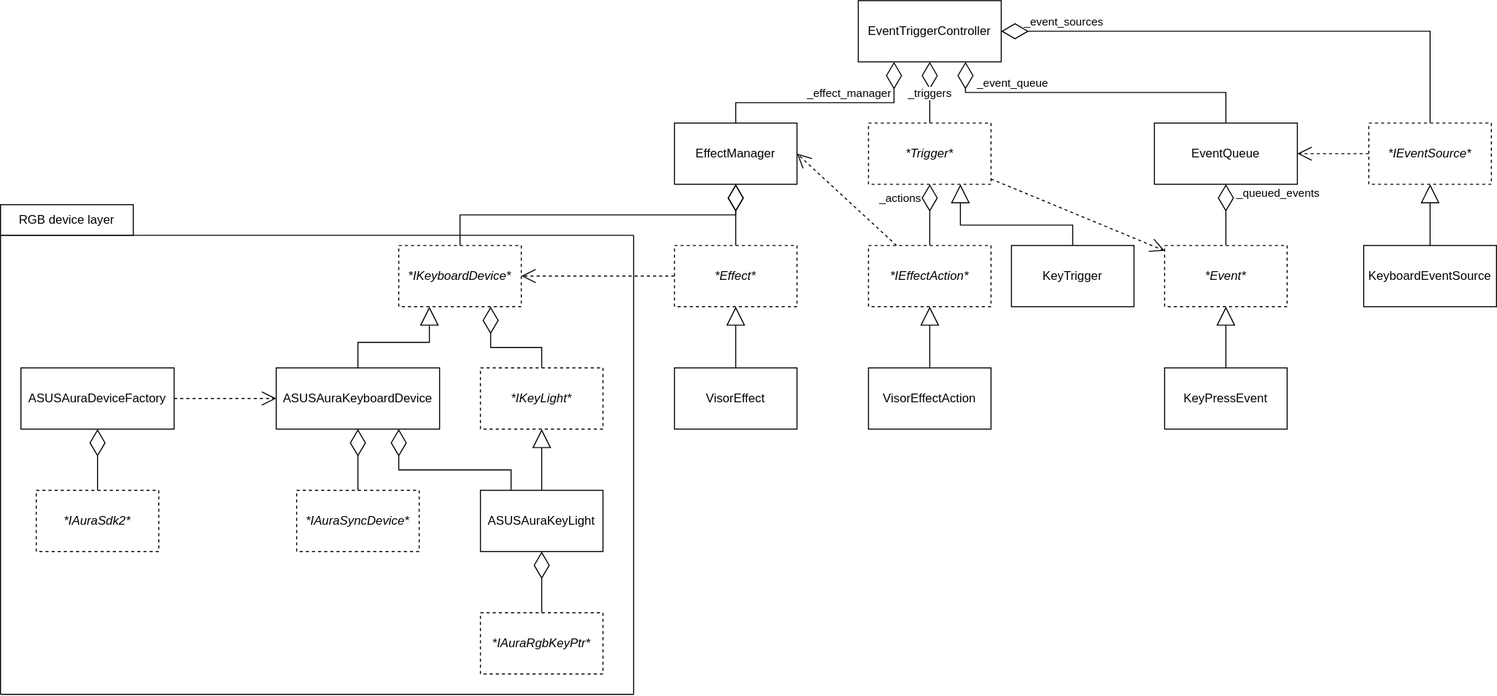
Above: resources/Architecture.svg in JE-FH/RGBStudio (draw.io), before the change. Source tidied: cells renumbered, new cells last; positions are measured from the earlier drawing's top-left corner, leaving out a move shared by most shapes.
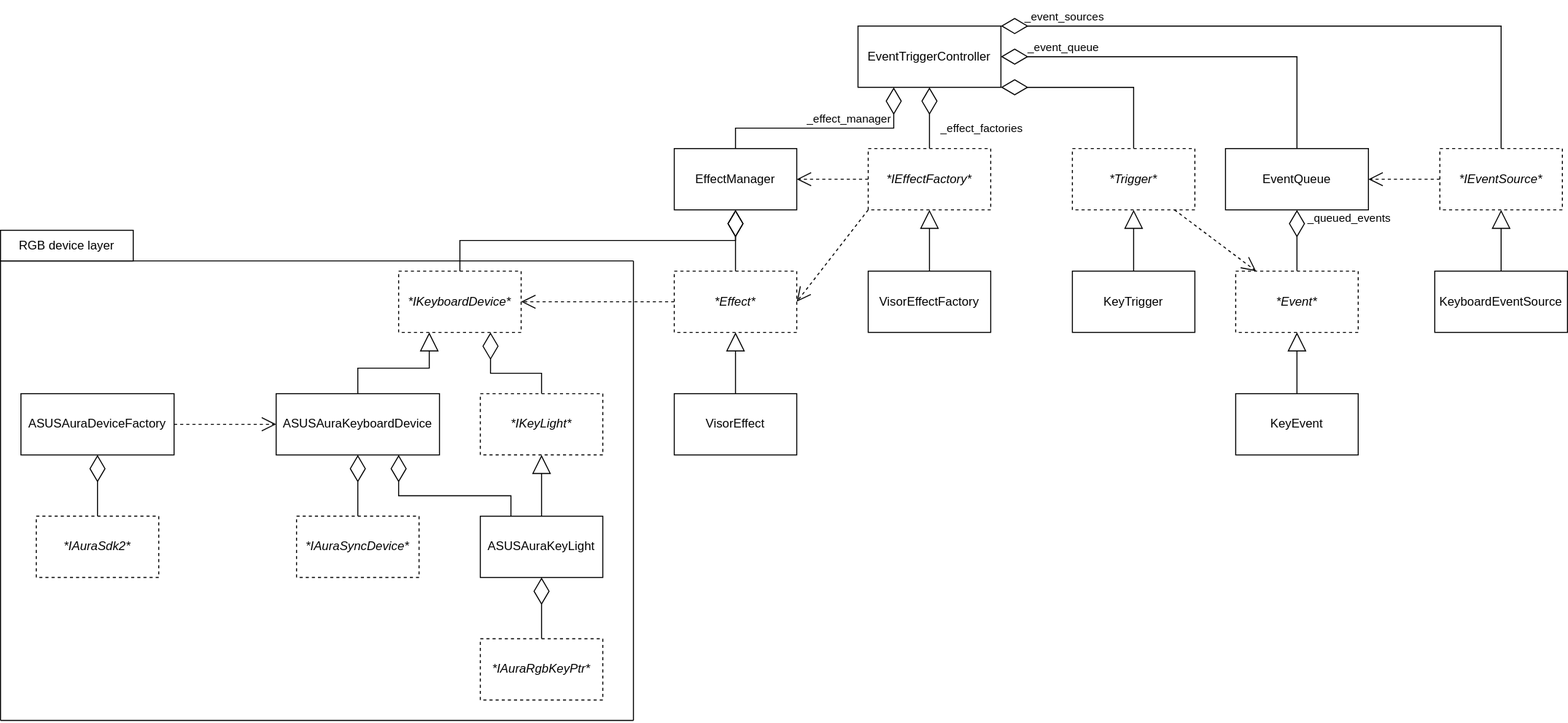
Above is the later version.

Diff of the diagram source:
```diff
@@ -94,12 +94,16 @@
         <mxPoint x="-2" y="-8" as="offset" />
       </mxGeometry>
     </mxCell>
-    <mxCell id="27" style="edgeStyle=orthogonalEdgeStyle;rounded=0;html=1;exitX=1;exitY=0.5;exitDx=0;exitDy=0;entryX=0.5;entryY=0;entryDx=0;entryDy=0;startArrow=diamondThin;startFill=0;endArrow=none;endFill=0;startSize=24;endSize=24;" parent="1" edge="1" source="35" target="37">
-      <mxGeometry relative="1" as="geometry" />
+    <mxCell id="27" style="edgeStyle=orthogonalEdgeStyle;rounded=0;html=1;exitX=1;exitY=0;exitDx=0;exitDy=0;entryX=0.5;entryY=0;entryDx=0;entryDy=0;startArrow=diamondThin;startFill=0;endArrow=none;endFill=0;startSize=24;endSize=24;" parent="1" edge="1" source="35" target="37">
+      <mxGeometry relative="1" as="geometry">
+        <Array as="points">
+          <mxPoint x="1470" />
+        </Array>
+      </mxGeometry>
     </mxCell>
     <mxCell id="28" value="_event_sources" style="edgeLabel;html=1;align=center;verticalAlign=middle;" parent="27" vertex="1">
       <mxGeometry x="-0.78" relative="1" as="geometry">
-        <mxPoint x="4" y="-10" as="offset" />
+        <mxPoint x="-6" y="-10" as="offset" />
       </mxGeometry>
     </mxCell>
     <mxCell id="29" style="edgeStyle=orthogonalEdgeStyle;html=1;entryX=0.5;entryY=0;entryDx=0;entryDy=0;endArrow=none;endFill=0;startArrow=diamondThin;startFill=0;startSize=24;rounded=0;exitX=0.5;exitY=1;exitDx=0;exitDy=0;" parent="1" edge="1" source="44" target="43">
@@ -110,22 +114,34 @@
         <mxPoint x="51" y="-6" as="offset" />
       </mxGeometry>
     </mxCell>
-    <mxCell id="31" style="edgeStyle=orthogonalEdgeStyle;rounded=0;html=1;exitX=0.75;exitY=1;exitDx=0;exitDy=0;entryX=0.5;entryY=0;entryDx=0;entryDy=0;startArrow=diamondThin;startFill=0;endArrow=none;endFill=0;startSize=24;endSize=12;" parent="1" edge="1" source="35" target="44">
+    <mxCell id="31" style="edgeStyle=orthogonalEdgeStyle;rounded=0;html=1;exitX=1;exitY=0.5;exitDx=0;exitDy=0;entryX=0.5;entryY=0;entryDx=0;entryDy=0;startArrow=diamondThin;startFill=0;endArrow=none;endFill=0;startSize=24;endSize=12;" parent="1" edge="1" source="35" target="44">
       <mxGeometry relative="1" as="geometry" />
     </mxCell>
     <mxCell id="32" value="_event_queue" style="edgeLabel;html=1;align=center;verticalAlign=middle;" parent="31" vertex="1">
       <mxGeometry x="-0.4" y="1" relative="1" as="geometry">
-        <mxPoint x="-19" y="-9" as="offset" />
+        <mxPoint x="-53" y="-9" as="offset" />
       </mxGeometry>
     </mxCell>
-    <mxCell id="33" style="edgeStyle=orthogonalEdgeStyle;rounded=0;html=1;entryX=0.5;entryY=0;entryDx=0;entryDy=0;startArrow=diamondThin;startFill=0;endArrow=none;endFill=0;startSize=24;endSize=12;" parent="1" edge="1" source="35" target="42">
-      <mxGeometry relative="1" as="geometry" />
+    <mxCell id="33" style="edgeStyle=orthogonalEdgeStyle;rounded=0;html=1;entryX=0.5;entryY=0;entryDx=0;entryDy=0;startArrow=diamondThin;startFill=0;endArrow=none;endFill=0;startSize=24;endSize=12;exitX=1;exitY=1;exitDx=0;exitDy=0;" parent="1" edge="1" source="35" target="42">
+      <mxGeometry relative="1" as="geometry">
+        <Array as="points">
+          <mxPoint x="1110" y="60" />
+        </Array>
+      </mxGeometry>
     </mxCell>
     <mxCell id="34" value="_triggers" style="edgeLabel;html=1;align=center;verticalAlign=middle;" parent="33" vertex="1">
       <mxGeometry x="0.68" y="-1" relative="1" as="geometry">
-        <mxPoint y="-20" as="offset" />
+        <mxPoint x="-165" y="-69" as="offset" />
       </mxGeometry>
     </mxCell>
+    <mxCell id="59" style="edgeStyle=none;html=1;entryX=0.5;entryY=0;entryDx=0;entryDy=0;endArrow=none;endFill=0;startSize=24;endSize=16;startArrow=diamondThin;startFill=0;" parent="1" edge="1" source="35" target="56">
+      <mxGeometry relative="1" as="geometry" />
+    </mxCell>
+    <mxCell id="60" value="_effect_factories" style="edgeLabel;html=1;align=center;verticalAlign=middle;" parent="59" vertex="1">
+      <mxGeometry x="0.47" relative="1" as="geometry">
+        <mxPoint x="50" y="-4" as="offset" />
+      </mxGeometry>
+    </mxCell>
     <mxCell id="35" value="EventTriggerController" style="rounded=0;whiteSpace=wrap;html=1;" parent="1" vertex="1">
       <mxGeometry x="840" width="140" height="60" as="geometry" />
     </mxCell>
@@ -133,47 +149,34 @@
       <mxGeometry relative="1" as="geometry" />
     </mxCell>
     <mxCell id="37" value="*IEventSource*" style="rounded=0;whiteSpace=wrap;html=1;fontStyle=2;dashed=1;" parent="1" vertex="1">
-      <mxGeometry x="1340" y="120" width="120" height="60" as="geometry" />
+      <mxGeometry x="1410" y="120" width="120" height="60" as="geometry" />
     </mxCell>
     <mxCell id="38" style="edgeStyle=none;rounded=0;html=1;dashed=1;startArrow=none;startFill=0;endArrow=open;endFill=0;startSize=24;endSize=12;" parent="1" edge="1" source="42" target="43">
       <mxGeometry relative="1" as="geometry" />
     </mxCell>
-    <mxCell id="39" style="edgeStyle=orthogonalEdgeStyle;rounded=0;html=1;entryX=0.5;entryY=0;entryDx=0;entryDy=0;startArrow=diamondThin;startFill=0;endArrow=none;endFill=0;startSize=24;endSize=12;" parent="1" edge="1" source="42" target="56">
-      <mxGeometry relative="1" as="geometry" />
-    </mxCell>
-    <mxCell id="40" value="_actions" style="edgeLabel;html=1;align=center;verticalAlign=middle;" parent="39" vertex="1">
-      <mxGeometry x="-0.42" y="7" relative="1" as="geometry">
-        <mxPoint x="-37" y="-4" as="offset" />
-      </mxGeometry>
-    </mxCell>
-    <mxCell id="41" style="edgeStyle=orthogonalEdgeStyle;rounded=0;html=1;exitX=0.75;exitY=1;exitDx=0;exitDy=0;entryX=0.5;entryY=0;entryDx=0;entryDy=0;startArrow=block;startFill=0;endArrow=none;endFill=0;startSize=16;endSize=12;" parent="1" edge="1" source="42" target="58">
-      <mxGeometry relative="1" as="geometry">
-        <Array as="points">
-          <mxPoint x="940" y="220" />
-          <mxPoint x="1050" y="220" />
-        </Array>
-      </mxGeometry>
+    <mxCell id="41" style="edgeStyle=orthogonalEdgeStyle;rounded=0;html=1;exitX=0.5;exitY=1;exitDx=0;exitDy=0;entryX=0.5;entryY=0;entryDx=0;entryDy=0;startArrow=block;startFill=0;endArrow=none;endFill=0;startSize=16;endSize=12;" parent="1" edge="1" source="42" target="58">
+      <mxGeometry relative="1" as="geometry" />
     </mxCell>
     <mxCell id="42" value="*Trigger*" style="rounded=0;whiteSpace=wrap;html=1;dashed=1;fontStyle=2;" parent="1" vertex="1">
-      <mxGeometry x="850" y="120" width="120" height="60" as="geometry" />
+      <mxGeometry x="1050" y="120" width="120" height="60" as="geometry" />
     </mxCell>
     <mxCell id="43" value="*Event*" style="rounded=0;whiteSpace=wrap;html=1;fontStyle=2;dashed=1;" parent="1" vertex="1">
-      <mxGeometry x="1140" y="240" width="120" height="60" as="geometry" />
+      <mxGeometry x="1210" y="240" width="120" height="60" as="geometry" />
     </mxCell>
     <mxCell id="44" value="EventQueue" style="rounded=0;whiteSpace=wrap;html=1;" parent="1" vertex="1">
-      <mxGeometry x="1130" y="120" width="140" height="60" as="geometry" />
+      <mxGeometry x="1200" y="120" width="140" height="60" as="geometry" />
     </mxCell>
     <mxCell id="45" style="edgeStyle=none;rounded=0;html=1;entryX=0.5;entryY=1;entryDx=0;entryDy=0;startArrow=none;startFill=0;endArrow=block;endFill=0;startSize=24;endSize=16;" parent="1" edge="1" source="46" target="43">
       <mxGeometry relative="1" as="geometry" />
     </mxCell>
-    <mxCell id="46" value="KeyPressEvent" style="rounded=0;whiteSpace=wrap;html=1;" parent="1" vertex="1">
-      <mxGeometry x="1140" y="360" width="120" height="60" as="geometry" />
+    <mxCell id="46" value="KeyEvent" style="rounded=0;whiteSpace=wrap;html=1;" parent="1" vertex="1">
+      <mxGeometry x="1210" y="360" width="120" height="60" as="geometry" />
     </mxCell>
     <mxCell id="47" style="edgeStyle=none;rounded=0;html=1;exitX=0.5;exitY=0;exitDx=0;exitDy=0;entryX=0.5;entryY=1;entryDx=0;entryDy=0;startArrow=none;startFill=0;endArrow=block;endFill=0;startSize=24;endSize=16;" parent="1" edge="1" source="48" target="37">
       <mxGeometry relative="1" as="geometry" />
     </mxCell>
     <mxCell id="48" value="KeyboardEventSource" style="rounded=0;whiteSpace=wrap;html=1;" parent="1" vertex="1">
-      <mxGeometry x="1335" y="240" width="130" height="60" as="geometry" />
+      <mxGeometry x="1405" y="240" width="130" height="60" as="geometry" />
     </mxCell>
     <mxCell id="49" style="endArrow=none;html=1;startSize=24;endSize=12;startArrow=none;startFill=0;" parent="1" edge="1">
       <mxGeometry relative="1" as="geometry">
@@ -205,17 +208,20 @@
     <mxCell id="54" style="edgeStyle=none;rounded=0;html=1;entryX=1;entryY=0.5;entryDx=0;entryDy=0;dashed=1;startArrow=none;startFill=0;endArrow=open;endFill=0;startSize=24;endSize=12;" parent="1" edge="1" source="56" target="24">
       <mxGeometry relative="1" as="geometry" />
     </mxCell>
-    <mxCell id="55" style="edgeStyle=orthogonalEdgeStyle;rounded=0;html=1;exitX=0.5;exitY=1;exitDx=0;exitDy=0;entryX=0.5;entryY=0;entryDx=0;entryDy=0;startArrow=block;startFill=0;endArrow=none;endFill=0;startSize=16;endSize=12;" parent="1" edge="1" source="56" target="57">
-      <mxGeometry relative="1" as="geometry" />
-    </mxCell>
+    <mxCell id="61" style="edgeStyle=none;html=1;exitX=0;exitY=1;exitDx=0;exitDy=0;entryX=1;entryY=0.5;entryDx=0;entryDy=0;dashed=1;startArrow=none;startFill=0;endArrow=open;endFill=0;endSize=12;" parent="1" edge="1" source="56" target="20">
+      <mxGeometry relative="1" as="geometry" />
+    </mxCell>
-    <mxCell id="56" value="*IEffectAction*" style="rounded=0;whiteSpace=wrap;html=1;dashed=1;fontStyle=2;" parent="1" vertex="1">
-      <mxGeometry x="850" y="240" width="120" height="60" as="geometry" />
+    <mxCell id="56" value="*IEffectFactory*" style="rounded=0;whiteSpace=wrap;html=1;dashed=1;fontStyle=2;" parent="1" vertex="1">
+      <mxGeometry x="850" y="120" width="120" height="60" as="geometry" />
     </mxCell>
+    <mxCell id="62" style="edgeStyle=none;html=1;entryX=0.5;entryY=1;entryDx=0;entryDy=0;endArrow=block;endFill=0;startSize=12;endSize=16;" parent="1" edge="1" source="57" target="56">
+      <mxGeometry relative="1" as="geometry" />
+    </mxCell>
-    <mxCell id="57" value="VisorEffectAction" style="rounded=0;whiteSpace=wrap;html=1;" parent="1" vertex="1">
-      <mxGeometry x="850" y="360" width="120" height="60" as="geometry" />
+    <mxCell id="57" value="VisorEffectFactory" style="rounded=0;whiteSpace=wrap;html=1;" parent="1" vertex="1">
+      <mxGeometry x="850" y="240" width="120" height="60" as="geometry" />
     </mxCell>
     <mxCell id="58" value="KeyTrigger" style="rounded=0;whiteSpace=wrap;html=1;" parent="1" vertex="1">
-      <mxGeometry x="990" y="240" width="120" height="60" as="geometry" />
+      <mxGeometry x="1050" y="240" width="120" height="60" as="geometry" />
     </mxCell>
   </root>
 </mxGraphModel>
```
